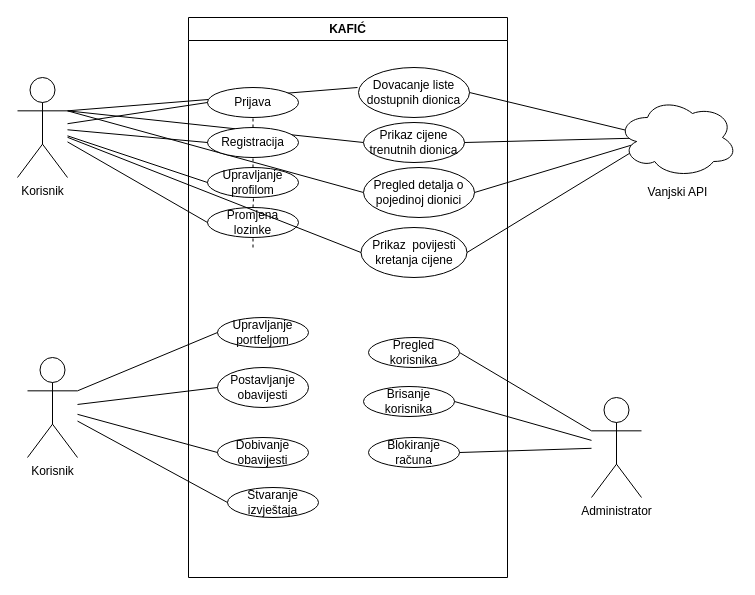
The draw.io diagram 3.Specifikacija dizajna/Objektni model/Dijagram slucajeva koristenja.drawio in CaniTanushaj/PIS, before the edit. Source tidied: cells renumbered, new cells numbered last; positions are measured from the earlier drawing's top-left corner, leaving out a move shared by most shapes. Both pictures are drawn from the tidied source at 100%, with x=0, y=0 at pixel (17, 17).
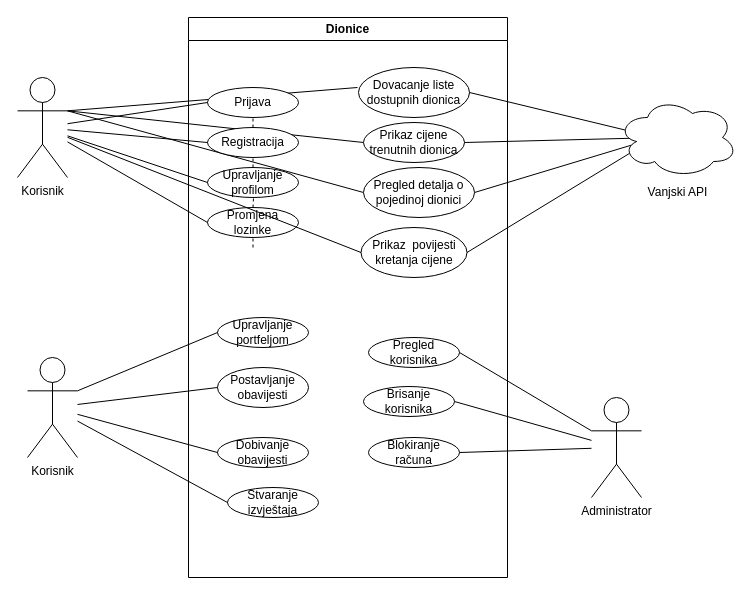
Above is the later version.

Diff of the diagram source:
```diff
@@
-    <mxCell id="9" value="KAFIĆ" style="swimlane;whiteSpace=wrap;html=1;" parent="1" vertex="1">
+    <mxCell id="9" value="Dionice" style="swimlane;whiteSpace=wrap;html=1;startSize=23;" parent="1" vertex="1">
       <mxGeometry x="171" width="319" height="560" as="geometry" />
     </mxCell>
```
